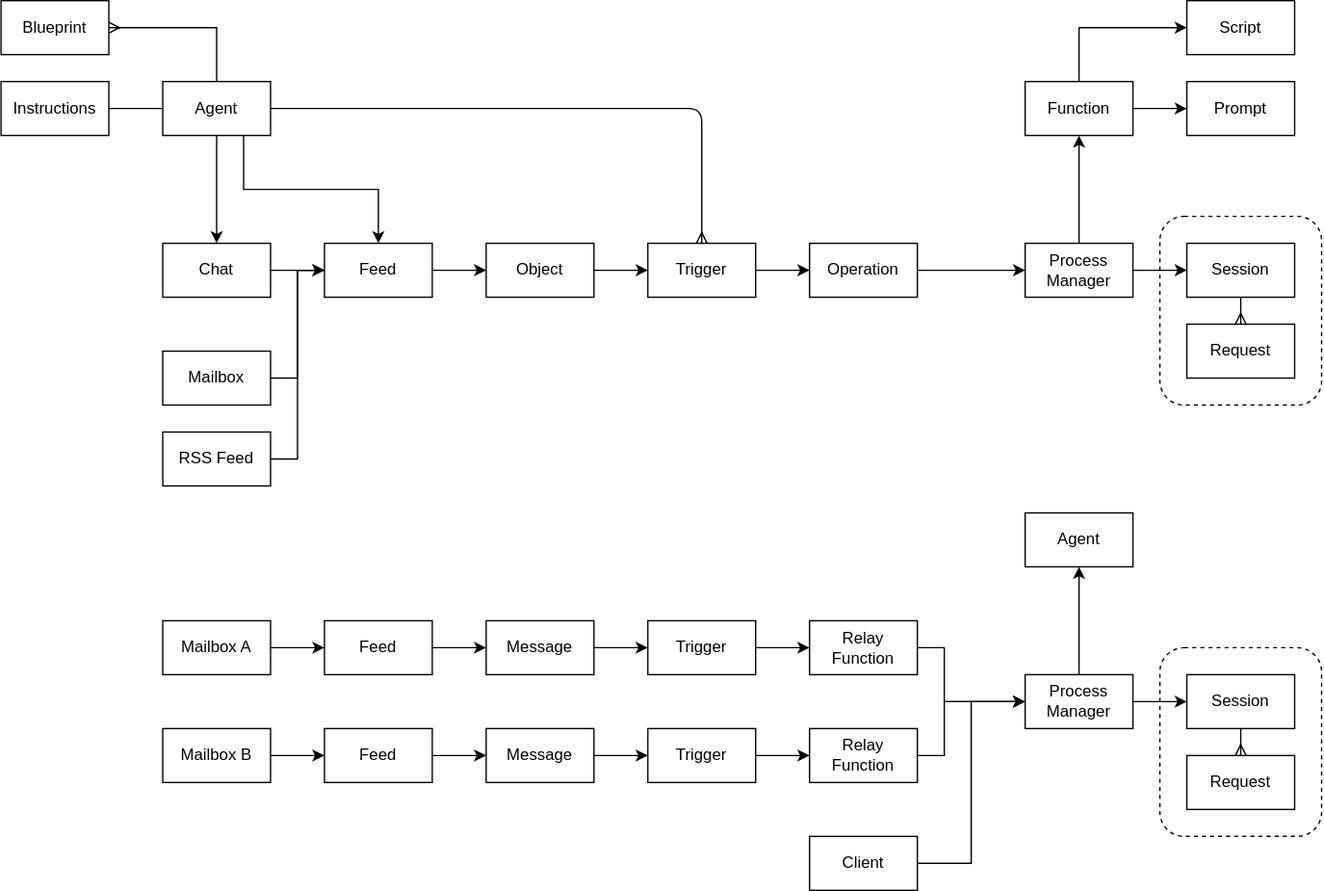
dxos/dxos keeps this draw.io diagram as packages/core/compute/assistant/docs/agent.drawio.svg. Above is the earlier version. Source tidied: cells renumbered, new cells last; positions are measured from the earlier drawing's top-left corner, leaving out a move shared by most shapes. Source of this version:
```xml
<mxGraphModel>
  <root>
    <mxCell id="0" />
    <mxCell id="1" parent="0" />
    <mxCell id="2" style="rounded=1;whiteSpace=wrap;html=1;dashed=1;fillColor=none;" parent="1" vertex="1">
      <mxGeometry x="860" y="160" width="120" height="140" as="geometry" />
    </mxCell>
    <mxCell id="3" style="edgeStyle=none;html=1;exitX=1;exitY=0.5;exitDx=0;exitDy=0;" parent="1" edge="1" source="4" target="6">
      <mxGeometry relative="1" as="geometry" />
    </mxCell>
    <mxCell id="4" value="Object" style="rounded=0;whiteSpace=wrap;html=1;" parent="1" vertex="1">
      <mxGeometry x="360" y="180" width="80" height="40" as="geometry" />
    </mxCell>
    <mxCell id="5" style="edgeStyle=none;html=1;exitX=1;exitY=0.5;exitDx=0;exitDy=0;" parent="1" edge="1" source="6" target="8">
      <mxGeometry relative="1" as="geometry" />
    </mxCell>
    <mxCell id="6" value="Trigger" style="rounded=0;whiteSpace=wrap;html=1;" parent="1" vertex="1">
      <mxGeometry x="480" y="180" width="80" height="40" as="geometry" />
    </mxCell>
    <mxCell id="7" style="edgeStyle=none;html=1;exitX=1;exitY=0.5;exitDx=0;exitDy=0;" parent="1" edge="1" source="8" target="31">
      <mxGeometry relative="1" as="geometry" />
    </mxCell>
    <mxCell id="8" value="Operation&lt;br&gt;" style="rounded=0;whiteSpace=wrap;html=1;" parent="1" vertex="1">
      <mxGeometry x="600" y="180" width="80" height="40" as="geometry" />
    </mxCell>
    <mxCell id="9" style="edgeStyle=none;html=1;exitX=1;exitY=0.5;exitDx=0;exitDy=0;" parent="1" edge="1" source="10" target="4">
      <mxGeometry relative="1" as="geometry" />
    </mxCell>
    <mxCell id="10" value="Feed" style="rounded=0;whiteSpace=wrap;html=1;" parent="1" vertex="1">
      <mxGeometry x="240" y="180" width="80" height="40" as="geometry" />
    </mxCell>
    <mxCell id="11" style="edgeStyle=none;html=1;endArrow=classic;endFill=1;" parent="1" edge="1" source="12" target="10">
      <mxGeometry relative="1" as="geometry" />
    </mxCell>
    <mxCell id="12" value="Chat" style="rounded=0;whiteSpace=wrap;html=1;" parent="1" vertex="1">
      <mxGeometry x="120" y="180" width="80" height="40" as="geometry" />
    </mxCell>
    <mxCell id="13" style="edgeStyle=none;html=1;endArrow=none;endFill=0;exitX=1;exitY=0.5;exitDx=0;exitDy=0;rounded=0;curved=0;" parent="1" edge="1" source="14" target="10">
      <mxGeometry relative="1" as="geometry">
        <Array as="points">
          <mxPoint x="220" y="280" />
          <mxPoint x="220" y="200" />
        </Array>
      </mxGeometry>
    </mxCell>
    <mxCell id="14" value="Mailbox" style="rounded=0;whiteSpace=wrap;html=1;" parent="1" vertex="1">
      <mxGeometry x="120" y="260" width="80" height="40" as="geometry" />
    </mxCell>
    <mxCell id="15" style="edgeStyle=none;html=1;exitX=1;exitY=0.5;exitDx=0;exitDy=0;endArrow=ERmany;endFill=0;entryX=0.5;entryY=0;entryDx=0;entryDy=0;" parent="1" edge="1" source="20" target="6">
      <mxGeometry relative="1" as="geometry">
        <Array as="points">
          <mxPoint x="520" y="80" />
        </Array>
      </mxGeometry>
    </mxCell>
    <mxCell id="16" style="edgeStyle=none;html=1;exitX=0;exitY=0.5;exitDx=0;exitDy=0;endArrow=none;endFill=0;" parent="1" edge="1" source="20" target="21">
      <mxGeometry relative="1" as="geometry" />
    </mxCell>
    <mxCell id="17" style="edgeStyle=none;html=1;exitX=0.5;exitY=0;exitDx=0;exitDy=0;entryX=1;entryY=0.5;entryDx=0;entryDy=0;endArrow=ERmany;endFill=0;rounded=0;curved=0;" parent="1" edge="1" source="20" target="22">
      <mxGeometry relative="1" as="geometry">
        <Array as="points">
          <mxPoint x="160" y="20" />
        </Array>
      </mxGeometry>
    </mxCell>
    <mxCell id="18" style="edgeStyle=none;html=1;exitX=0.75;exitY=1;exitDx=0;exitDy=0;endArrow=classic;endFill=1;rounded=0;curved=0;" parent="1" edge="1" source="20" target="10">
      <mxGeometry relative="1" as="geometry">
        <Array as="points">
          <mxPoint x="180" y="140" />
          <mxPoint x="280" y="140" />
        </Array>
      </mxGeometry>
    </mxCell>
    <mxCell id="19" style="edgeStyle=none;html=1;exitX=0.5;exitY=1;exitDx=0;exitDy=0;endArrow=classic;endFill=1;" parent="1" edge="1" source="20" target="12">
      <mxGeometry relative="1" as="geometry" />
    </mxCell>
    <mxCell id="20" value="Agent" style="rounded=0;whiteSpace=wrap;html=1;" parent="1" vertex="1">
      <mxGeometry x="120" y="60" width="80" height="40" as="geometry" />
    </mxCell>
    <mxCell id="21" value="Instructions" style="rounded=0;whiteSpace=wrap;html=1;" parent="1" vertex="1">
      <mxGeometry y="60" width="80" height="40" as="geometry" />
    </mxCell>
    <mxCell id="22" value="Blueprint" style="rounded=0;whiteSpace=wrap;html=1;" parent="1" vertex="1">
      <mxGeometry width="80" height="40" as="geometry" />
    </mxCell>
    <mxCell id="23" style="edgeStyle=none;html=1;endArrow=ERmany;endFill=0;" parent="1" edge="1" source="24" target="25">
      <mxGeometry relative="1" as="geometry" />
    </mxCell>
    <mxCell id="24" value="Session" style="rounded=0;whiteSpace=wrap;html=1;" parent="1" vertex="1">
      <mxGeometry x="880" y="180" width="80" height="40" as="geometry" />
    </mxCell>
    <mxCell id="25" value="Request" style="rounded=0;whiteSpace=wrap;html=1;" parent="1" vertex="1">
      <mxGeometry x="880" y="240" width="80" height="40" as="geometry" />
    </mxCell>
    <mxCell id="26" style="edgeStyle=none;html=1;exitX=1;exitY=0.5;exitDx=0;exitDy=0;entryX=0;entryY=0.5;entryDx=0;entryDy=0;endArrow=classic;endFill=1;rounded=0;curved=0;" parent="1" edge="1" source="27" target="10">
      <mxGeometry relative="1" as="geometry">
        <Array as="points">
          <mxPoint x="220" y="340" />
          <mxPoint x="220" y="200" />
        </Array>
      </mxGeometry>
    </mxCell>
    <mxCell id="27" value="RSS Feed" style="rounded=0;whiteSpace=wrap;html=1;" parent="1" vertex="1">
      <mxGeometry x="120" y="320" width="80" height="40" as="geometry" />
    </mxCell>
    <mxCell id="28" value="Script" style="rounded=0;whiteSpace=wrap;html=1;" parent="1" vertex="1">
      <mxGeometry x="880" width="80" height="40" as="geometry" />
    </mxCell>
    <mxCell id="29" style="edgeStyle=none;html=1;exitX=0;exitY=0.5;exitDx=0;exitDy=0;endArrow=classic;endFill=1;" parent="1" edge="1" source="31" target="24">
      <mxGeometry relative="1" as="geometry" />
    </mxCell>
    <mxCell id="30" style="edgeStyle=none;html=1;exitX=0.5;exitY=0;exitDx=0;exitDy=0;" parent="1" edge="1" source="31" target="60">
      <mxGeometry relative="1" as="geometry" />
    </mxCell>
    <mxCell id="31" value="Process&lt;br&gt;Manager" style="rounded=0;whiteSpace=wrap;html=1;" parent="1" vertex="1">
      <mxGeometry x="760" y="180" width="80" height="40" as="geometry" />
    </mxCell>
    <mxCell id="32" style="edgeStyle=none;html=1;exitX=1;exitY=0.5;exitDx=0;exitDy=0;endArrow=classic;endFill=1;" parent="1" edge="1" source="33" target="37">
      <mxGeometry relative="1" as="geometry" />
    </mxCell>
    <mxCell id="33" value="Mailbox A" style="rounded=0;whiteSpace=wrap;html=1;" parent="1" vertex="1">
      <mxGeometry x="120" y="460" width="80" height="40" as="geometry" />
    </mxCell>
    <mxCell id="34" style="edgeStyle=none;html=1;exitX=1;exitY=0.5;exitDx=0;exitDy=0;endArrow=classic;endFill=1;" parent="1" edge="1" source="35" target="39">
      <mxGeometry relative="1" as="geometry" />
    </mxCell>
    <mxCell id="35" value="Mailbox B" style="rounded=0;whiteSpace=wrap;html=1;" parent="1" vertex="1">
      <mxGeometry x="120" y="540" width="80" height="40" as="geometry" />
    </mxCell>
    <mxCell id="36" style="edgeStyle=none;html=1;exitX=1;exitY=0.5;exitDx=0;exitDy=0;endArrow=classic;endFill=1;" parent="1" edge="1" source="37" target="62">
      <mxGeometry relative="1" as="geometry" />
    </mxCell>
    <mxCell id="37" value="Feed" style="rounded=0;whiteSpace=wrap;html=1;" parent="1" vertex="1">
      <mxGeometry x="240" y="460" width="80" height="40" as="geometry" />
    </mxCell>
    <mxCell id="38" style="edgeStyle=none;html=1;exitX=1;exitY=0.5;exitDx=0;exitDy=0;endArrow=classic;endFill=1;" parent="1" edge="1" source="39" target="64">
      <mxGeometry relative="1" as="geometry" />
    </mxCell>
    <mxCell id="39" value="Feed" style="rounded=0;whiteSpace=wrap;html=1;" parent="1" vertex="1">
      <mxGeometry x="240" y="540" width="80" height="40" as="geometry" />
    </mxCell>
    <mxCell id="40" style="edgeStyle=none;html=1;exitX=1;exitY=0.5;exitDx=0;exitDy=0;endArrow=classic;endFill=1;" parent="1" edge="1" source="41">
      <mxGeometry relative="1" as="geometry">
        <mxPoint x="600" y="480" as="targetPoint" />
      </mxGeometry>
    </mxCell>
    <mxCell id="41" value="Trigger" style="rounded=0;whiteSpace=wrap;html=1;" parent="1" vertex="1">
      <mxGeometry x="480" y="460" width="80" height="40" as="geometry" />
    </mxCell>
    <mxCell id="42" style="edgeStyle=none;html=1;exitX=1;exitY=0.5;exitDx=0;exitDy=0;endArrow=classic;endFill=1;" parent="1" edge="1" source="43">
      <mxGeometry relative="1" as="geometry">
        <mxPoint x="600" y="560" as="targetPoint" />
      </mxGeometry>
    </mxCell>
    <mxCell id="43" value="Trigger" style="rounded=0;whiteSpace=wrap;html=1;" parent="1" vertex="1">
      <mxGeometry x="480" y="540" width="80" height="40" as="geometry" />
    </mxCell>
    <mxCell id="44" style="edgeStyle=none;html=1;exitX=1;exitY=0.5;exitDx=0;exitDy=0;endArrow=classic;endFill=1;entryX=0;entryY=0.5;entryDx=0;entryDy=0;rounded=0;" parent="1" edge="1" source="45" target="49">
      <mxGeometry relative="1" as="geometry">
        <Array as="points">
          <mxPoint x="700" y="480" />
          <mxPoint x="700" y="520" />
        </Array>
      </mxGeometry>
    </mxCell>
    <mxCell id="45" value="Relay&lt;br&gt;Function" style="rounded=0;whiteSpace=wrap;html=1;" parent="1" vertex="1">
      <mxGeometry x="600" y="460" width="80" height="40" as="geometry" />
    </mxCell>
    <mxCell id="46" style="edgeStyle=none;html=1;exitX=1;exitY=0.5;exitDx=0;exitDy=0;endArrow=classic;endFill=1;entryX=0;entryY=0.5;entryDx=0;entryDy=0;rounded=0;" parent="1" edge="1" source="47" target="49">
      <mxGeometry relative="1" as="geometry">
        <Array as="points">
          <mxPoint x="700" y="560" />
          <mxPoint x="700" y="520" />
        </Array>
      </mxGeometry>
    </mxCell>
    <mxCell id="47" value="Relay&lt;br&gt;Function" style="rounded=0;whiteSpace=wrap;html=1;" parent="1" vertex="1">
      <mxGeometry x="600" y="540" width="80" height="40" as="geometry" />
    </mxCell>
    <mxCell id="48" style="edgeStyle=none;html=1;exitX=1;exitY=0.5;exitDx=0;exitDy=0;endArrow=classic;endFill=1;" parent="1" edge="1" source="49" target="53">
      <mxGeometry relative="1" as="geometry" />
    </mxCell>
    <mxCell id="49" value="Process&lt;br&gt;Manager" style="rounded=0;whiteSpace=wrap;html=1;" parent="1" vertex="1">
      <mxGeometry x="760" y="500" width="80" height="40" as="geometry" />
    </mxCell>
    <mxCell id="50" style="rounded=1;whiteSpace=wrap;html=1;dashed=1;fillColor=none;" parent="1" vertex="1">
      <mxGeometry x="860" y="480" width="120" height="140" as="geometry" />
    </mxCell>
    <mxCell id="51" style="edgeStyle=none;html=1;endArrow=ERmany;endFill=0;" parent="1" edge="1" source="53" target="54">
      <mxGeometry relative="1" as="geometry" />
    </mxCell>
    <mxCell id="52" style="edgeStyle=none;rounded=0;html=1;endArrow=classic;endFill=1;" parent="1" edge="1" source="49" target="57">
      <mxGeometry relative="1" as="geometry" />
    </mxCell>
    <mxCell id="53" value="Session" style="rounded=0;whiteSpace=wrap;html=1;" parent="1" vertex="1">
      <mxGeometry x="880" y="500" width="80" height="40" as="geometry" />
    </mxCell>
    <mxCell id="54" value="Request" style="rounded=0;whiteSpace=wrap;html=1;" parent="1" vertex="1">
      <mxGeometry x="880" y="560" width="80" height="40" as="geometry" />
    </mxCell>
    <mxCell id="55" style="edgeStyle=none;html=1;exitX=1;exitY=0.5;exitDx=0;exitDy=0;entryX=0;entryY=0.5;entryDx=0;entryDy=0;endArrow=classic;endFill=1;rounded=0;" parent="1" edge="1" source="56" target="49">
      <mxGeometry relative="1" as="geometry">
        <Array as="points">
          <mxPoint x="720" y="640" />
          <mxPoint x="720" y="520" />
        </Array>
      </mxGeometry>
    </mxCell>
    <mxCell id="56" value="Client" style="rounded=0;whiteSpace=wrap;html=1;" parent="1" vertex="1">
      <mxGeometry x="600" y="620" width="80" height="40" as="geometry" />
    </mxCell>
    <mxCell id="57" value="Agent" style="rounded=0;whiteSpace=wrap;html=1;" parent="1" vertex="1">
      <mxGeometry x="760" y="380" width="80" height="40" as="geometry" />
    </mxCell>
    <mxCell id="58" style="edgeStyle=none;html=1;rounded=0;curved=0;" parent="1" edge="1" source="60" target="28">
      <mxGeometry relative="1" as="geometry">
        <Array as="points">
          <mxPoint x="800" y="20" />
        </Array>
      </mxGeometry>
    </mxCell>
    <mxCell id="59" style="edgeStyle=none;html=1;exitX=1;exitY=0.5;exitDx=0;exitDy=0;entryX=0;entryY=0.5;entryDx=0;entryDy=0;" parent="1" edge="1" source="60" target="65">
      <mxGeometry relative="1" as="geometry" />
    </mxCell>
    <mxCell id="60" value="Function" style="rounded=0;whiteSpace=wrap;html=1;" parent="1" vertex="1">
      <mxGeometry x="760" y="60" width="80" height="40" as="geometry" />
    </mxCell>
    <mxCell id="61" style="edgeStyle=none;html=1;exitX=1;exitY=0.5;exitDx=0;exitDy=0;" parent="1" edge="1" source="62" target="41">
      <mxGeometry relative="1" as="geometry" />
    </mxCell>
    <mxCell id="62" value="Message" style="rounded=0;whiteSpace=wrap;html=1;" parent="1" vertex="1">
      <mxGeometry x="360" y="460" width="80" height="40" as="geometry" />
    </mxCell>
    <mxCell id="63" style="edgeStyle=none;html=1;exitX=1;exitY=0.5;exitDx=0;exitDy=0;" parent="1" edge="1" source="64" target="43">
      <mxGeometry relative="1" as="geometry" />
    </mxCell>
    <mxCell id="64" value="Message" style="rounded=0;whiteSpace=wrap;html=1;" parent="1" vertex="1">
      <mxGeometry x="360" y="540" width="80" height="40" as="geometry" />
    </mxCell>
    <mxCell id="65" value="Prompt" style="rounded=0;whiteSpace=wrap;html=1;" parent="1" vertex="1">
      <mxGeometry x="880" y="60" width="80" height="40" as="geometry" />
    </mxCell>
  </root>
</mxGraphModel>
```
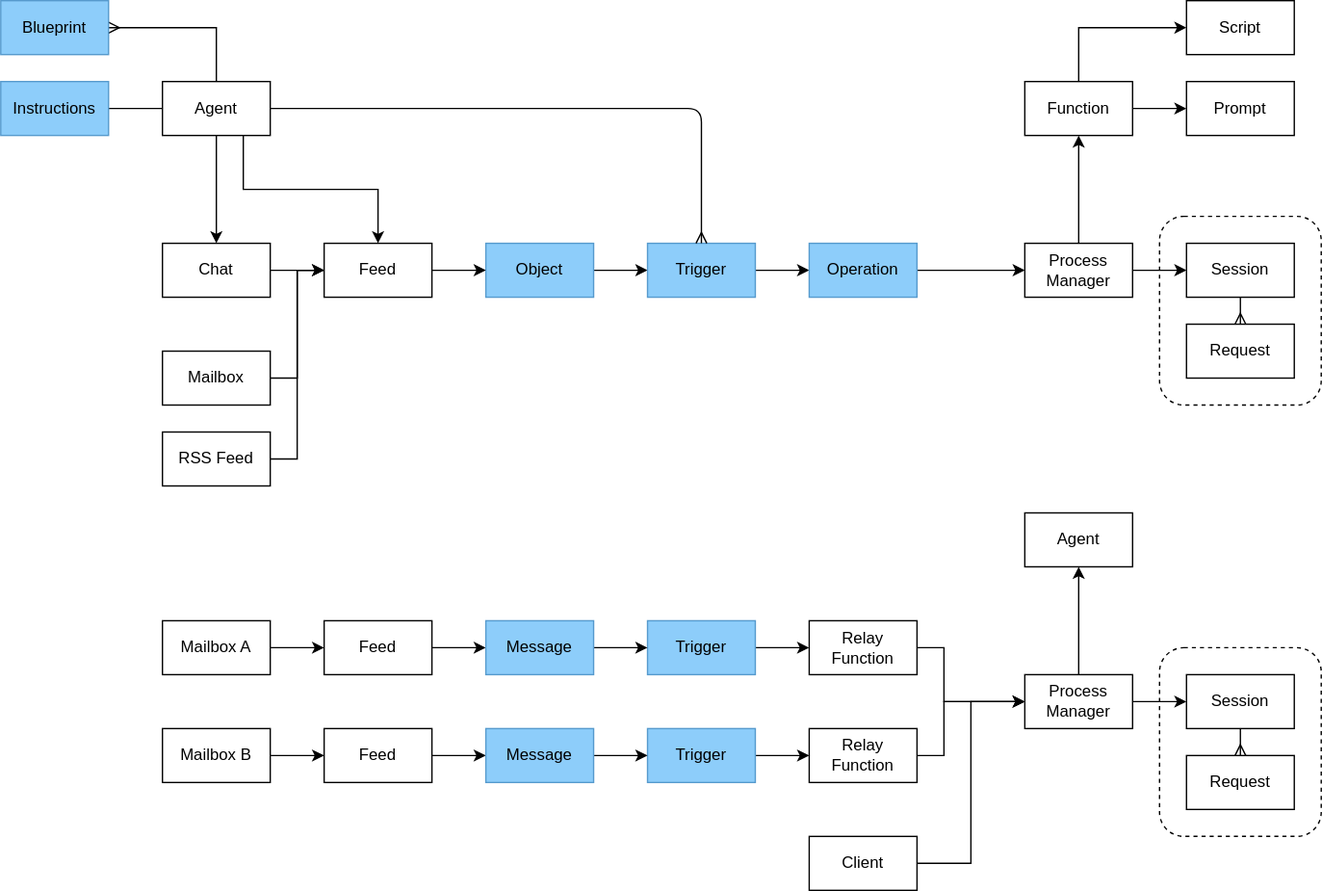
Later version of the same file.

Change to the diagram source:
```diff
@@ -8,19 +8,19 @@
     <mxCell id="3" style="edgeStyle=none;html=1;exitX=1;exitY=0.5;exitDx=0;exitDy=0;" parent="1" edge="1" source="4" target="6">
       <mxGeometry relative="1" as="geometry" />
     </mxCell>
-    <mxCell id="4" value="Object" style="rounded=0;whiteSpace=wrap;html=1;" parent="1" vertex="1">
+    <mxCell id="4" value="Object" style="rounded=0;whiteSpace=wrap;html=1;fillColor=#8DCDFA;fontColor=#000000;strokeColor=#569ACD;" parent="1" vertex="1">
       <mxGeometry x="360" y="180" width="80" height="40" as="geometry" />
     </mxCell>
     <mxCell id="5" style="edgeStyle=none;html=1;exitX=1;exitY=0.5;exitDx=0;exitDy=0;" parent="1" edge="1" source="6" target="8">
       <mxGeometry relative="1" as="geometry" />
     </mxCell>
-    <mxCell id="6" value="Trigger" style="rounded=0;whiteSpace=wrap;html=1;" parent="1" vertex="1">
+    <mxCell id="6" value="Trigger" style="rounded=0;whiteSpace=wrap;html=1;fillColor=#8DCDFA;fontColor=#000000;strokeColor=#569ACD;" parent="1" vertex="1">
       <mxGeometry x="480" y="180" width="80" height="40" as="geometry" />
     </mxCell>
     <mxCell id="7" style="edgeStyle=none;html=1;exitX=1;exitY=0.5;exitDx=0;exitDy=0;" parent="1" edge="1" source="8" target="31">
       <mxGeometry relative="1" as="geometry" />
     </mxCell>
-    <mxCell id="8" value="Operation&lt;br&gt;" style="rounded=0;whiteSpace=wrap;html=1;" parent="1" vertex="1">
+    <mxCell id="8" value="Operation&lt;br&gt;" style="rounded=0;whiteSpace=wrap;html=1;fillColor=#8DCDFA;fontColor=#000000;strokeColor=#569ACD;" parent="1" vertex="1">
       <mxGeometry x="600" y="180" width="80" height="40" as="geometry" />
     </mxCell>
     <mxCell id="9" style="edgeStyle=none;html=1;exitX=1;exitY=0.5;exitDx=0;exitDy=0;" parent="1" edge="1" source="10" target="4">
@@ -77,10 +77,10 @@
     <mxCell id="20" value="Agent" style="rounded=0;whiteSpace=wrap;html=1;" parent="1" vertex="1">
       <mxGeometry x="120" y="60" width="80" height="40" as="geometry" />
     </mxCell>
-    <mxCell id="21" value="Instructions" style="rounded=0;whiteSpace=wrap;html=1;" parent="1" vertex="1">
+    <mxCell id="21" value="Instructions" style="rounded=0;whiteSpace=wrap;html=1;fillColor=#8DCDFA;fontColor=#000000;strokeColor=#569ACD;" parent="1" vertex="1">
       <mxGeometry y="60" width="80" height="40" as="geometry" />
     </mxCell>
-    <mxCell id="22" value="Blueprint" style="rounded=0;whiteSpace=wrap;html=1;" parent="1" vertex="1">
+    <mxCell id="22" value="Blueprint" style="rounded=0;whiteSpace=wrap;html=1;fillColor=#8DCDFA;fontColor=#000000;strokeColor=#569ACD;" parent="1" vertex="1">
       <mxGeometry width="80" height="40" as="geometry" />
     </mxCell>
     <mxCell id="23" style="edgeStyle=none;html=1;endArrow=ERmany;endFill=0;" parent="1" edge="1" source="24" target="25">
@@ -144,7 +144,7 @@
         <mxPoint x="600" y="480" as="targetPoint" />
       </mxGeometry>
     </mxCell>
-    <mxCell id="41" value="Trigger" style="rounded=0;whiteSpace=wrap;html=1;" parent="1" vertex="1">
+    <mxCell id="41" value="Trigger" style="rounded=0;whiteSpace=wrap;html=1;fillColor=#8DCDFA;fontColor=#000000;strokeColor=#569ACD;" parent="1" vertex="1">
       <mxGeometry x="480" y="460" width="80" height="40" as="geometry" />
     </mxCell>
     <mxCell id="42" style="edgeStyle=none;html=1;exitX=1;exitY=0.5;exitDx=0;exitDy=0;endArrow=classic;endFill=1;" parent="1" edge="1" source="43">
@@ -152,7 +152,7 @@
         <mxPoint x="600" y="560" as="targetPoint" />
       </mxGeometry>
     </mxCell>
-    <mxCell id="43" value="Trigger" style="rounded=0;whiteSpace=wrap;html=1;" parent="1" vertex="1">
+    <mxCell id="43" value="Trigger" style="rounded=0;whiteSpace=wrap;html=1;fillColor=#8DCDFA;fontColor=#000000;strokeColor=#569ACD;" parent="1" vertex="1">
       <mxGeometry x="480" y="540" width="80" height="40" as="geometry" />
     </mxCell>
     <mxCell id="44" style="edgeStyle=none;html=1;exitX=1;exitY=0.5;exitDx=0;exitDy=0;endArrow=classic;endFill=1;entryX=0;entryY=0.5;entryDx=0;entryDy=0;rounded=0;" parent="1" edge="1" source="45" target="49">
@@ -228,13 +228,13 @@
     <mxCell id="61" style="edgeStyle=none;html=1;exitX=1;exitY=0.5;exitDx=0;exitDy=0;" parent="1" edge="1" source="62" target="41">
       <mxGeometry relative="1" as="geometry" />
     </mxCell>
-    <mxCell id="62" value="Message" style="rounded=0;whiteSpace=wrap;html=1;" parent="1" vertex="1">
+    <mxCell id="62" value="Message" style="rounded=0;whiteSpace=wrap;html=1;fillColor=#8DCDFA;fontColor=#000000;strokeColor=#569ACD;" parent="1" vertex="1">
       <mxGeometry x="360" y="460" width="80" height="40" as="geometry" />
     </mxCell>
     <mxCell id="63" style="edgeStyle=none;html=1;exitX=1;exitY=0.5;exitDx=0;exitDy=0;" parent="1" edge="1" source="64" target="43">
       <mxGeometry relative="1" as="geometry" />
     </mxCell>
-    <mxCell id="64" value="Message" style="rounded=0;whiteSpace=wrap;html=1;" parent="1" vertex="1">
+    <mxCell id="64" value="Message" style="rounded=0;whiteSpace=wrap;html=1;fillColor=#8DCDFA;fontColor=#000000;strokeColor=#569ACD;" parent="1" vertex="1">
       <mxGeometry x="360" y="540" width="80" height="40" as="geometry" />
     </mxCell>
     <mxCell id="65" value="Prompt" style="rounded=0;whiteSpace=wrap;html=1;" parent="1" vertex="1">
```
